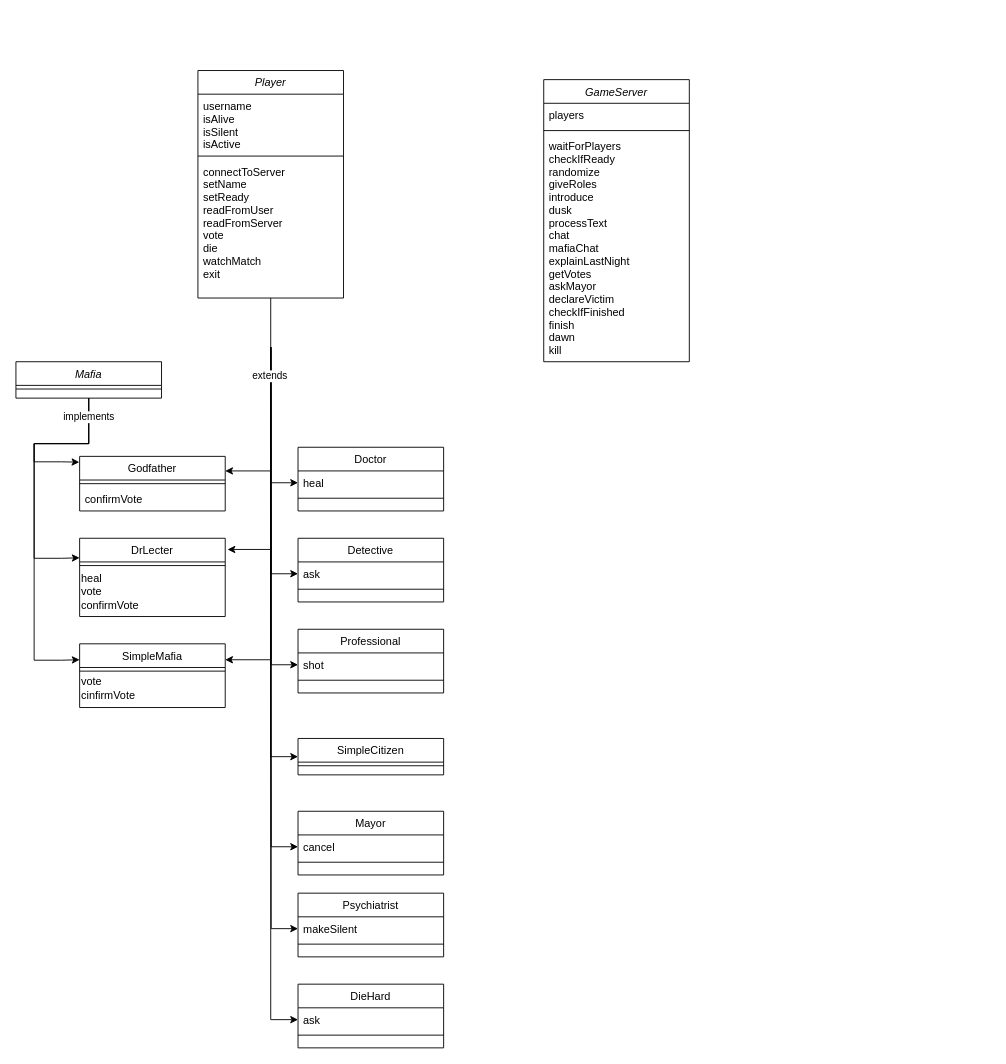
The draw.io diagram Untitled Diagram.drawio in Taha-Elmi/Mafia, before the edit. Source tidied: cells renumbered, new cells numbered last; positions are measured from the earlier drawing's top-left corner, leaving out a move shared by most shapes. Both pictures are drawn from the tidied source at 91%, with x=0, y=0 at pixel (15, 70).
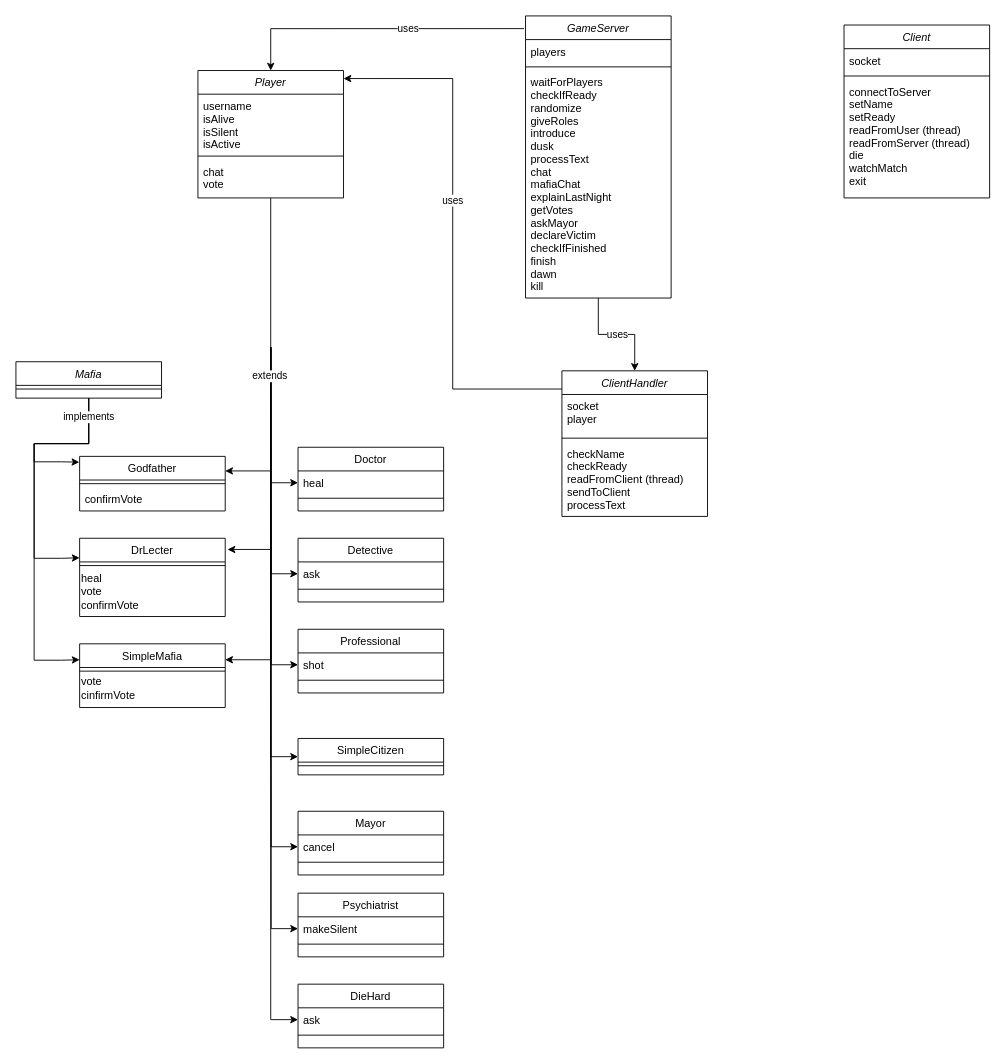
The same diagram, later.

Commit message:
ClientHandler is added to the diagram

Change to the diagram source:
```diff
@@
     <mxCell id="2" value="Player" style="swimlane;fontStyle=2;align=center;verticalAlign=top;horizontal=1;startSize=26;rounded=0;shadow=0;strokeWidth=1;" parent="1" vertex="1">
-      <mxGeometry x="200" width="160" height="250" as="geometry" />
+      <mxGeometry x="200" width="160" height="140" as="geometry" />
     </mxCell>
@@
-    <mxCell id="5" value="connectToServer&#10;setName&#10;setReady&#10;readFromUser&#10;readFromServer&#10;vote&#10;die&#10;watchMatch&#10;exit" style="text;align=left;verticalAlign=top;spacingLeft=4;spacingRight=4;overflow=hidden;" parent="2" vertex="1">
-      <mxGeometry y="98" width="160" height="152" as="geometry" />
+    <mxCell id="5" value="chat&#10;vote" style="text;align=left;verticalAlign=top;spacingLeft=4;spacingRight=4;overflow=hidden;" parent="2" vertex="1">
+      <mxGeometry y="98" width="160" height="42" as="geometry" />
     </mxCell>
@@
+    <mxCell id="56" style="edgeStyle=orthogonalEdgeStyle;rounded=0;jettySize=auto;html=1;entryX=0.5;entryY=0;entryDx=0;entryDy=0;exitX=-0.011;exitY=0.045;exitDx=0;exitDy=0;exitPerimeter=0;" parent="1" edge="1" source="46" target="2">
+      <mxGeometry relative="1" as="geometry">
+        <Array as="points">
+          <mxPoint x="280" y="-46" />
+        </Array>
+      </mxGeometry>
+    </mxCell>
+    <mxCell id="57" value="uses" style="edgeLabel;html=1;align=center;verticalAlign=middle;" parent="56" vertex="1">
+      <mxGeometry x="-0.41" relative="1" as="geometry">
+        <mxPoint x="-32" as="offset" />
+      </mxGeometry>
+    </mxCell>
+    <mxCell id="58" style="edgeStyle=orthogonalEdgeStyle;rounded=0;jettySize=auto;html=1;entryX=0.5;entryY=0;entryDx=0;entryDy=0;" parent="1" edge="1" source="46" target="62">
+      <mxGeometry relative="1" as="geometry" />
+    </mxCell>
+    <mxCell id="59" value="uses" style="edgeLabel;html=1;align=center;verticalAlign=middle;" parent="58" vertex="1">
+      <mxGeometry x="-0.17" y="1" relative="1" as="geometry">
+        <mxPoint x="10" as="offset" />
+      </mxGeometry>
+    </mxCell>
     <mxCell id="46" value="GameServer" style="swimlane;fontStyle=2;align=center;verticalAlign=top;horizontal=1;startSize=26;rounded=0;shadow=0;strokeWidth=1;" parent="1" vertex="1">
-      <mxGeometry x="580" y="10" width="160" height="310" as="geometry" />
+      <mxGeometry x="560" y="-60" width="160" height="310" as="geometry" />
     </mxCell>
@@
+    <mxCell id="60" style="edgeStyle=orthogonalEdgeStyle;rounded=0;jettySize=auto;html=1;entryX=1;entryY=0.063;entryDx=0;entryDy=0;entryPerimeter=0;" parent="1" edge="1" source="62" target="2">
+      <mxGeometry relative="1" as="geometry">
+        <Array as="points">
+          <mxPoint x="480" y="350" />
+          <mxPoint x="480" y="9" />
+        </Array>
+      </mxGeometry>
+    </mxCell>
+    <mxCell id="61" value="uses" style="edgeLabel;html=1;align=center;verticalAlign=middle;" parent="60" vertex="1">
+      <mxGeometry x="0.13" y="1" relative="1" as="geometry" />
+    </mxCell>
+    <mxCell id="62" value="ClientHandler" style="swimlane;fontStyle=2;align=center;verticalAlign=top;horizontal=1;startSize=26;rounded=0;shadow=0;strokeWidth=1;" parent="1" vertex="1">
+      <mxGeometry x="600" y="330" width="160" height="160" as="geometry" />
+    </mxCell>
+    <mxCell id="63" value="socket&#10;player" style="text;align=left;verticalAlign=top;spacingLeft=4;spacingRight=4;overflow=hidden;" parent="62" vertex="1">
+      <mxGeometry y="26" width="160" height="44" as="geometry" />
+    </mxCell>
+    <mxCell id="64" style="line;html=1;strokeWidth=1;align=left;verticalAlign=middle;spacingTop=-1;spacingLeft=3;spacingRight=3;labelPosition=right;" parent="62" vertex="1">
+      <mxGeometry y="70" width="160" height="8" as="geometry" />
+    </mxCell>
+    <mxCell id="65" value="checkName&#10;checkReady&#10;readFromClient (thread)&#10;sendToClient&#10;processText" style="text;align=left;verticalAlign=top;spacingLeft=4;spacingRight=4;overflow=hidden;" parent="62" vertex="1">
+      <mxGeometry y="78" width="160" height="82" as="geometry" />
+    </mxCell>
+    <mxCell id="66" value="Client" style="swimlane;fontStyle=2;align=center;verticalAlign=top;horizontal=1;startSize=26;rounded=0;shadow=0;strokeWidth=1;" parent="1" vertex="1">
+      <mxGeometry x="910" y="-50" width="160" height="190" as="geometry" />
+    </mxCell>
+    <mxCell id="67" value="socket" style="text;align=left;verticalAlign=top;spacingLeft=4;spacingRight=4;overflow=hidden;" parent="66" vertex="1">
+      <mxGeometry y="26" width="160" height="26" as="geometry" />
+    </mxCell>
+    <mxCell id="68" style="line;html=1;strokeWidth=1;align=left;verticalAlign=middle;spacingTop=-1;spacingLeft=3;spacingRight=3;labelPosition=right;" parent="66" vertex="1">
+      <mxGeometry y="52" width="160" height="8" as="geometry" />
+    </mxCell>
+    <mxCell id="69" value="connectToServer&#10;setName&#10;setReady&#10;readFromUser (thread)&#10;readFromServer (thread)&#10;die&#10;watchMatch&#10;exit" style="text;align=left;verticalAlign=top;spacingLeft=4;spacingRight=4;overflow=hidden;" parent="66" vertex="1">
+      <mxGeometry y="60" width="160" height="130" as="geometry" />
+    </mxCell>
```
